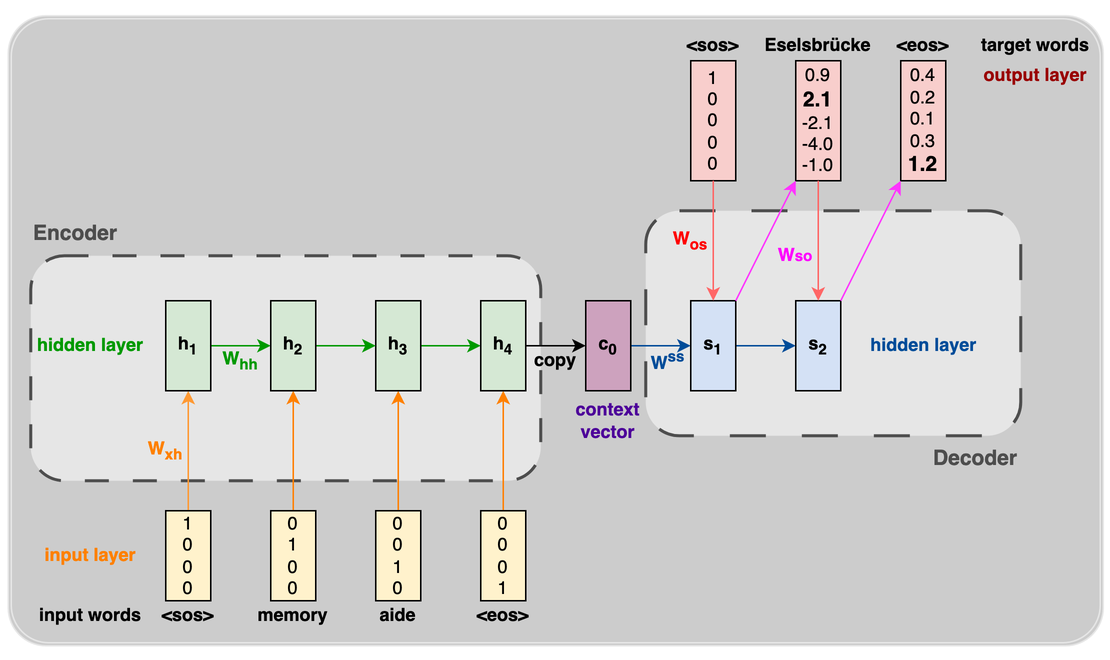
This is assets/img/dl-series/2g-encoder-decoder-rnn.png from tostenzel/tostenzel.github.io, a draw.io export, as it was before one commit. Source tidied: cells renumbered, new cells last; positions are measured from the earlier drawing's top-left corner, leaving out a move shared by most shapes.
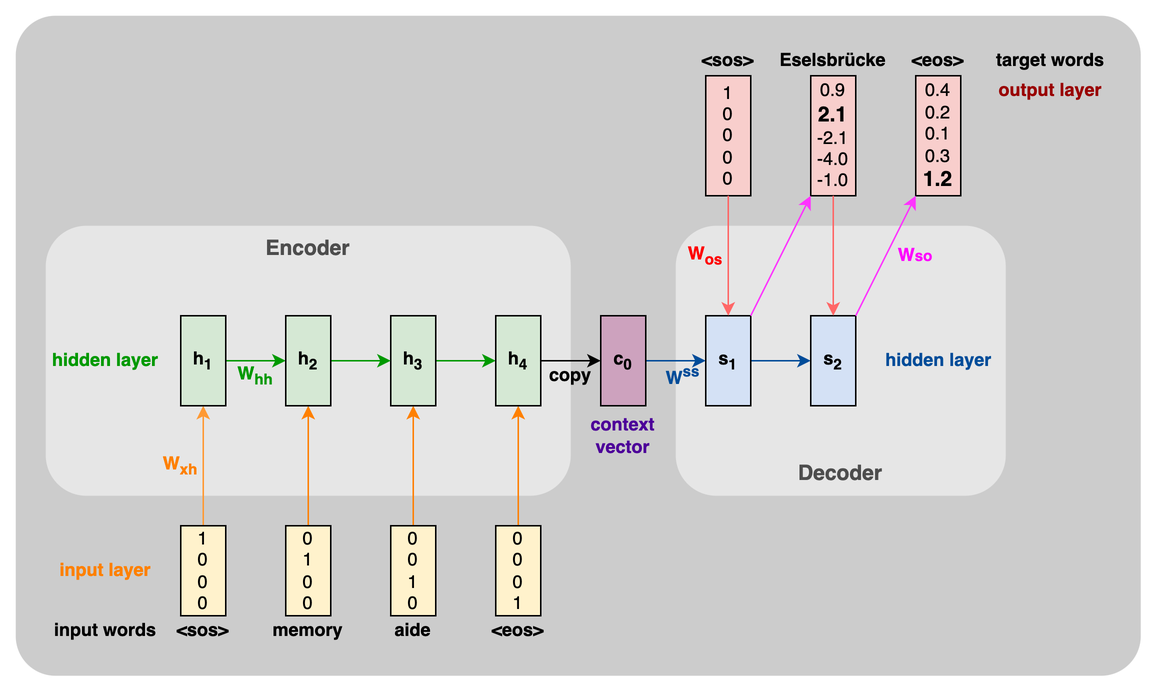
After the commit.

Commit message:
Update RNN post

Diff of the diagram source:
```diff
@@ -3,16 +3,16 @@
     <mxCell id="0" />
     <mxCell id="1" parent="0" />
     <mxCell id="2" style="shape=ext;double=1;rounded=0;whiteSpace=wrap;html=1;shadow=0;strokeColor=none;fontSize=14;fontColor=#004C99;fillColor=#FFFFFF;" parent="1" vertex="1">
-      <mxGeometry width="740" height="440" as="geometry" />
+      <mxGeometry x="-10" y="-10" width="770" height="460" as="geometry" />
     </mxCell>
-    <mxCell id="3" style="shape=ext;double=1;rounded=1;whiteSpace=wrap;html=1;shadow=0;strokeColor=#E6E6E6;fontSize=14;fontColor=#004C99;fillColor=#CCCCCC;arcSize=6;" parent="1" vertex="1">
-      <mxGeometry x="5" y="10" width="730" height="420" as="geometry" />
+    <mxCell id="3" style="shape=ext;double=1;rounded=1;whiteSpace=wrap;html=1;shadow=0;strokeColor=none;fontSize=14;fontColor=#004C99;fillColor=#CCCCCC;arcSize=6;" parent="1" vertex="1">
+      <mxGeometry width="750" height="440" as="geometry" />
     </mxCell>
-    <mxCell id="4" style="rounded=1;whiteSpace=wrap;html=1;fillColor=#E6E6E6;shadow=0;dashed=1;strokeWidth=2;dashPattern=8 8;strokeColor=#4D4D4D;fontColor=#4D4D4D;" parent="1" vertex="1">
-      <mxGeometry x="20" y="170" width="340" height="150" as="geometry" />
+    <mxCell id="4" style="rounded=1;whiteSpace=wrap;html=1;fillColor=#E6E6E6;shadow=0;dashed=1;strokeWidth=2;dashPattern=8 8;strokeColor=none;fontColor=#4D4D4D;" parent="1" vertex="1">
+      <mxGeometry x="20" y="140" width="350" height="180" as="geometry" />
     </mxCell>
-    <mxCell id="5" style="rounded=1;whiteSpace=wrap;html=1;fillColor=#E6E6E6;dashed=1;dashPattern=12 12;strokeWidth=2;strokeColor=#4D4D4D;" parent="1" vertex="1">
-      <mxGeometry x="430" y="140" width="250" height="150" as="geometry" />
+    <mxCell id="5" style="rounded=1;whiteSpace=wrap;html=1;fillColor=#E6E6E6;dashed=1;dashPattern=12 12;strokeWidth=2;strokeColor=none;" parent="1" vertex="1">
+      <mxGeometry x="440" y="140" width="220" height="180" as="geometry" />
     </mxCell>
     <mxCell id="6" style="edgeStyle=orthogonalEdgeStyle;rounded=0;jettySize=auto;html=1;strokeColor=#FF9933;fillColor=#FFD966;" parent="1" edge="1" source="7" target="15">
       <mxGeometry relative="1" as="geometry" />
@@ -166,16 +166,16 @@
       </mxGeometry>
     </mxCell>
     <mxCell id="53" value="&lt;font style=&quot;color: rgb(255, 0, 255);&quot;&gt;&lt;b style=&quot;&quot;&gt;W&lt;span style=&quot;font-size: 10px;&quot;&gt;so&lt;/span&gt;&lt;/b&gt;&lt;/font&gt;" style="rounded=0;whiteSpace=wrap;html=1;fillColor=none;strokeColor=none;shadow=1;" parent="1" vertex="1">
-      <mxGeometry x="510" y="160" width="40" height="20" as="geometry" />
+      <mxGeometry x="580" y="150" width="40" height="20" as="geometry" />
     </mxCell>
     <mxCell id="54" style="endArrow=classic;html=1;rounded=0;entryX=0;entryY=1;entryDx=0;entryDy=0;exitX=1;exitY=0;exitDx=0;exitDy=0;strokeColor=#FF33FF;" parent="1" edge="1" source="41" target="23">
       <mxGeometry relative="1" as="geometry" />
     </mxCell>
+    <mxCell id="56" value="&lt;font style=&quot;font-size: 14px;&quot;&gt;&lt;b&gt;Decoder&lt;/b&gt;&lt;/font&gt;" style="text;html=1;align=center;verticalAlign=middle;whiteSpace=wrap;rounded=0;fontColor=#4D4D4D;" parent="1" vertex="1">
+      <mxGeometry x="520" y="290" width="60" height="30" as="geometry" />
+    </mxCell>
-    <mxCell id="55" value="&lt;font style=&quot;color: rgb(77, 77, 77); font-size: 14px;&quot;&gt;&lt;b style=&quot;&quot;&gt;Encoder&lt;/b&gt;&lt;/font&gt;" style="text;html=1;align=center;verticalAlign=middle;whiteSpace=wrap;rounded=0;" parent="1" vertex="1">
-      <mxGeometry x="20" y="140" width="60" height="30" as="geometry" />
+    <mxCell id="55" value="&lt;font style=&quot;font-size: 14px;&quot;&gt;&lt;b style=&quot;&quot;&gt;Encoder&lt;/b&gt;&lt;/font&gt;" style="text;html=1;align=center;verticalAlign=middle;whiteSpace=wrap;rounded=0;strokeColor=none;fontColor=#4D4D4D;" parent="1" vertex="1">
+      <mxGeometry x="165" y="140" width="60" height="30" as="geometry" />
     </mxCell>
-    <mxCell id="56" value="&lt;font style=&quot;color: rgb(77, 77, 77); font-size: 14px;&quot;&gt;&lt;b&gt;Decoder&lt;/b&gt;&lt;/font&gt;" style="text;html=1;align=center;verticalAlign=middle;whiteSpace=wrap;rounded=0;" parent="1" vertex="1">
-      <mxGeometry x="620" y="290" width="60" height="30" as="geometry" />
-    </mxCell>
   </root>
 </mxGraphModel>
```
